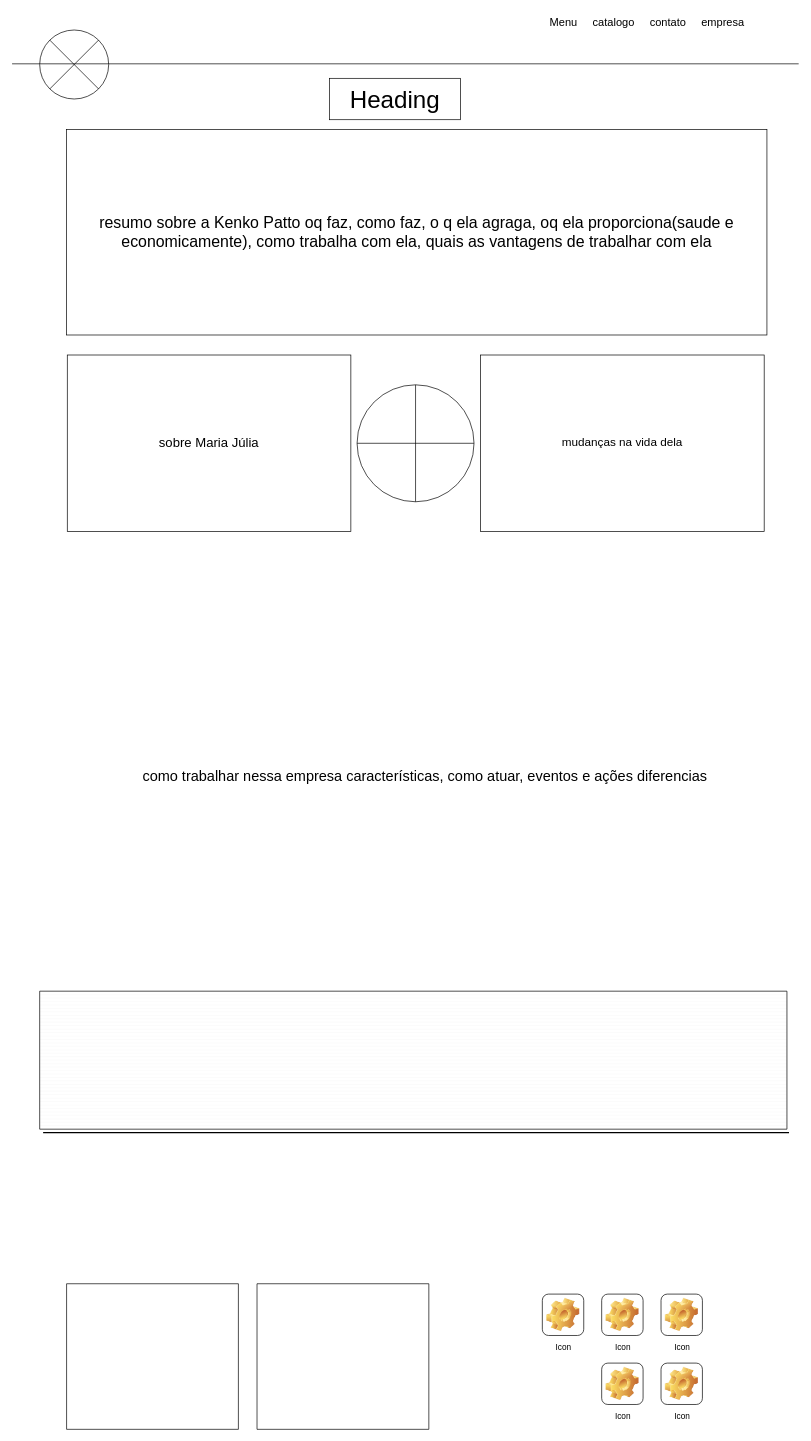
Above: page "Página-1" (1 of 2) of Diagrama sem nome.drawio in josezito69/html5css3 (draw.io), before the change. Source tidied: cells renumbered, new cells numbered last; positions are measured from the earlier drawing's top-left corner, leaving out a move shared by most shapes. Both pictures are drawn from the tidied source at 69%, with x=0, y=0 at pixel (12, 12).
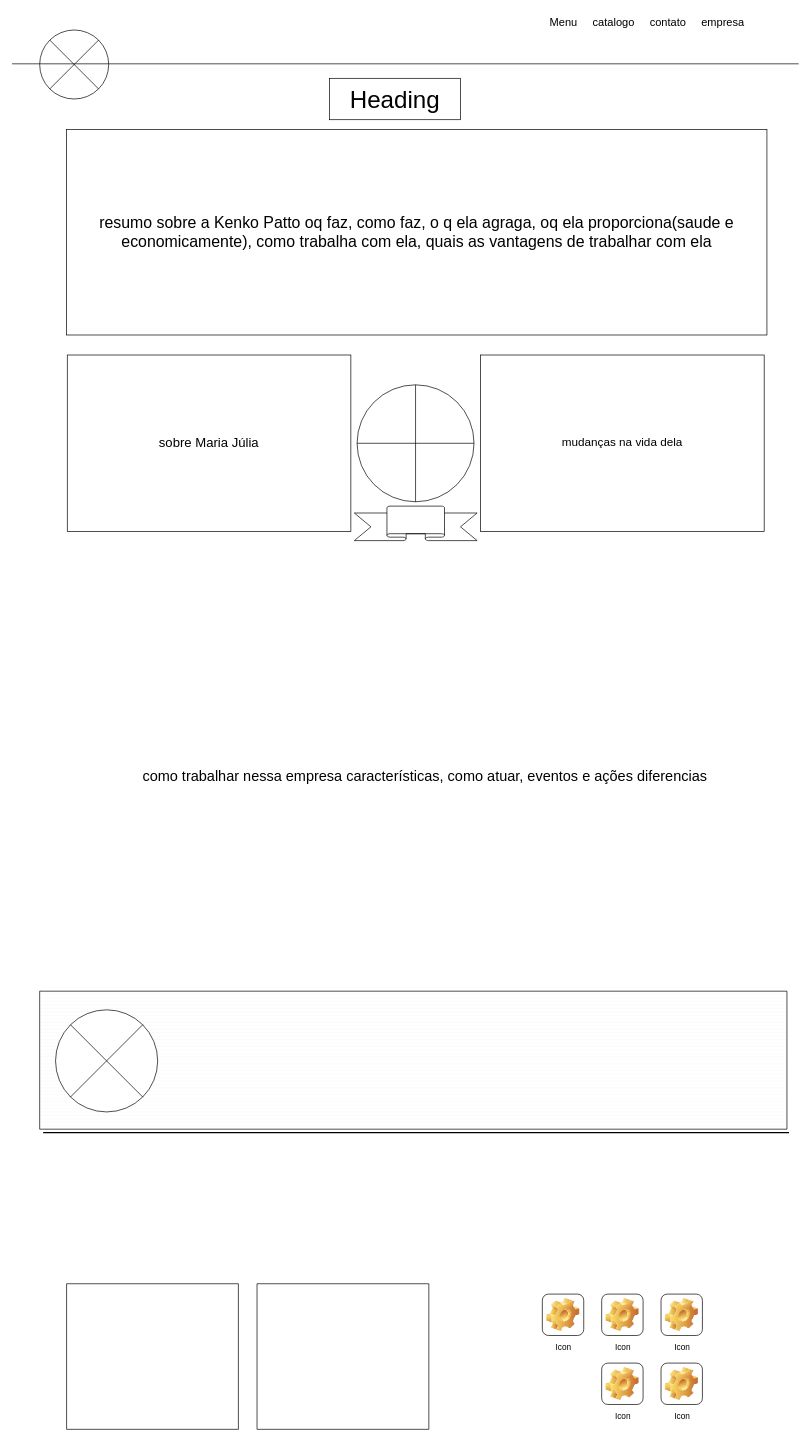
The same diagram, later.

Diff of the diagram source:
```diff
@@
+    <mxCell id="20" style="verticalLabelPosition=bottom;verticalAlign=top;html=1;shape=mxgraph.basic.banner;" parent="1" vertex="1">
+      <mxGeometry x="496" y="716" width="178" height="50" as="geometry" />
+    </mxCell>
+    <mxCell id="21" style="shape=sumEllipse;perimeter=ellipsePerimeter;whiteSpace=wrap;html=1;backgroundOutline=1;" parent="1" vertex="1">
+      <mxGeometry x="63" y="1446" width="148" height="148" as="geometry" />
+    </mxCell>
```
